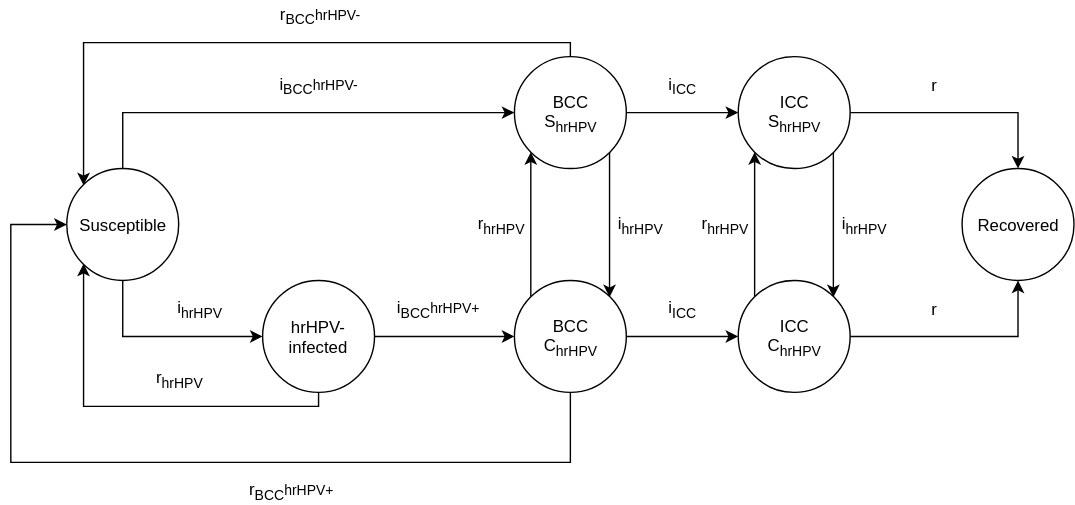
Earlier version of the draw.io export docs/source/gbd2017_models/causes/neoplasms/cervical_cancer/cervical_cancer_cause_model_diagram.svg (ihmeuw/vivarium_research). Source tidied: cells renumbered, new cells last; positions are measured from the earlier drawing's top-left corner, leaving out a move shared by most shapes.
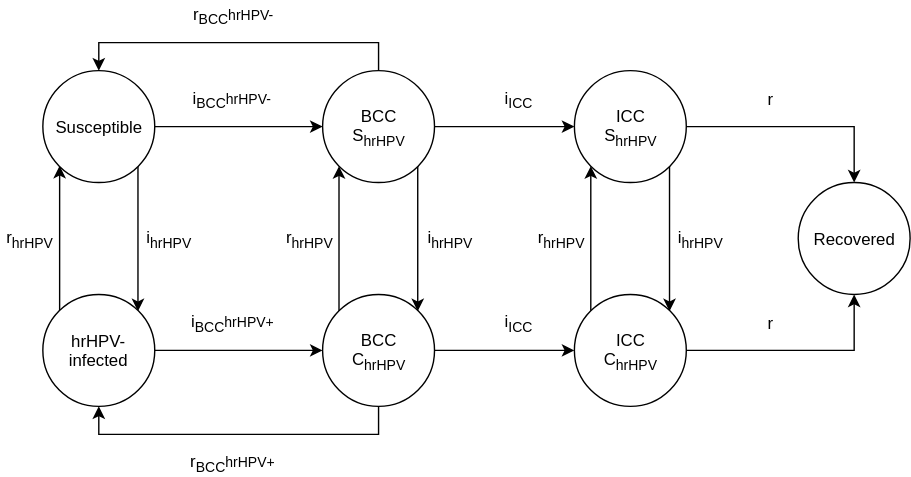
After the change.

Commit message:
reshape the cause model diagram

The edit, as a diff of the source:
```diff
@@ -8,22 +8,25 @@
     <mxCell id="3" style="edgeStyle=none;rounded=0;jettySize=auto;html=1;exitX=0;exitY=0;exitDx=0;exitDy=0;entryX=0;entryY=1;entryDx=0;entryDy=0;" parent="1" edge="1" source="4" target="11">
       <mxGeometry relative="1" as="geometry" />
     </mxCell>
+    <mxCell id="43" style="edgeStyle=orthogonalEdgeStyle;rounded=0;jettySize=auto;html=1;exitX=0.5;exitY=1;exitDx=0;exitDy=0;entryX=0.5;entryY=1;entryDx=0;entryDy=0;" parent="1" edge="1" source="4" target="23">
+      <mxGeometry relative="1" as="geometry">
+        <Array as="points">
+          <mxPoint x="380" y="300" />
+          <mxPoint x="180" y="300" />
+        </Array>
+      </mxGeometry>
+    </mxCell>
     <mxCell id="4" style="ellipse;whiteSpace=wrap;html=1;" parent="1" vertex="1">
-      <mxGeometry x="360" y="200" width="80" height="80" as="geometry" />
+      <mxGeometry x="340" y="200" width="80" height="80" as="geometry" />
     </mxCell>
-    <mxCell id="5" style="edgeStyle=orthogonalEdgeStyle;rounded=0;jettySize=auto;html=1;exitX=0.5;exitY=1;exitDx=0;exitDy=0;entryX=0;entryY=0.5;entryDx=0;entryDy=0;" parent="1" edge="1" source="7" target="23">
+    <mxCell id="5" style="edgeStyle=orthogonalEdgeStyle;rounded=0;jettySize=auto;html=1;exitX=1;exitY=1;exitDx=0;exitDy=0;entryX=1;entryY=0;entryDx=0;entryDy=0;" parent="1" edge="1" source="7" target="23">
       <mxGeometry relative="1" as="geometry" />
     </mxCell>
-    <mxCell id="6" style="edgeStyle=orthogonalEdgeStyle;rounded=0;jettySize=auto;html=1;exitX=0.5;exitY=0;exitDx=0;exitDy=0;entryX=0;entryY=0.5;entryDx=0;entryDy=0;" parent="1" edge="1" source="7" target="11">
-      <mxGeometry relative="1" as="geometry">
-        <Array as="points">
-          <mxPoint x="80" y="80" />
-          <mxPoint x="360" y="80" />
-        </Array>
-      </mxGeometry>
+    <mxCell id="6" style="edgeStyle=orthogonalEdgeStyle;rounded=0;jettySize=auto;html=1;exitX=1;exitY=0.5;exitDx=0;exitDy=0;entryX=0;entryY=0.5;entryDx=0;entryDy=0;" parent="1" edge="1" source="7" target="11">
+      <mxGeometry relative="1" as="geometry" />
     </mxCell>
     <mxCell id="7" style="ellipse;whiteSpace=wrap;html=1;" parent="1" vertex="1">
-      <mxGeometry x="40" y="120" width="80" height="80" as="geometry" />
+      <mxGeometry x="140" y="40" width="80" height="80" as="geometry" />
     </mxCell>
     <mxCell id="8" style="edgeStyle=orthogonalEdgeStyle;rounded=0;jettySize=auto;html=1;exitX=1;exitY=0.5;exitDx=0;exitDy=0;entryX=0;entryY=0.5;entryDx=0;entryDy=0;" parent="1" edge="1" source="11" target="14">
       <mxGeometry relative="1" as="geometry" />
@@ -31,16 +34,16 @@
     <mxCell id="9" style="edgeStyle=orthogonalEdgeStyle;rounded=0;jettySize=auto;html=1;exitX=1;exitY=1;exitDx=0;exitDy=0;entryX=1;entryY=0;entryDx=0;entryDy=0;" parent="1" edge="1" source="11" target="4">
       <mxGeometry relative="1" as="geometry" />
     </mxCell>
-    <mxCell id="10" style="edgeStyle=orthogonalEdgeStyle;rounded=0;jettySize=auto;html=1;exitX=0.5;exitY=0;exitDx=0;exitDy=0;entryX=0;entryY=0;entryDx=0;entryDy=0;" parent="1" edge="1" source="11" target="7">
+    <mxCell id="10" style="edgeStyle=orthogonalEdgeStyle;rounded=0;jettySize=auto;html=1;exitX=0.5;exitY=0;exitDx=0;exitDy=0;entryX=0.5;entryY=0;entryDx=0;entryDy=0;" parent="1" edge="1" source="11" target="7">
       <mxGeometry relative="1" as="geometry">
         <Array as="points">
-          <mxPoint x="400" y="30" />
-          <mxPoint x="52" y="30" />
+          <mxPoint x="380" y="20" />
+          <mxPoint x="180" y="20" />
         </Array>
       </mxGeometry>
     </mxCell>
     <mxCell id="11" style="ellipse;whiteSpace=wrap;html=1;" parent="1" vertex="1">
-      <mxGeometry x="360" y="40" width="80" height="80" as="geometry" />
+      <mxGeometry x="340" y="40" width="80" height="80" as="geometry" />
     </mxCell>
     <mxCell id="12" style="edgeStyle=orthogonalEdgeStyle;rounded=0;jettySize=auto;html=1;exitX=1;exitY=1;exitDx=0;exitDy=0;entryX=1;entryY=0;entryDx=0;entryDy=0;" parent="1" edge="1" source="14" target="30">
       <mxGeometry relative="1" as="geometry" />
@@ -52,10 +55,10 @@
       <mxGeometry x="520" y="40" width="80" height="80" as="geometry" />
     </mxCell>
     <mxCell id="15" value="Susceptible" style="text;html=1;strokeColor=none;fillColor=none;align=center;verticalAlign=middle;whiteSpace=wrap;rounded=0;" parent="1" vertex="1">
-      <mxGeometry x="50" y="150" width="60" height="20" as="geometry" />
+      <mxGeometry x="150" y="70" width="60" height="20" as="geometry" />
     </mxCell>
     <mxCell id="16" value="BCC C&lt;sub&gt;hrHPV&lt;/sub&gt;" style="text;html=1;strokeColor=none;fillColor=none;align=center;verticalAlign=middle;whiteSpace=wrap;rounded=0;" parent="1" vertex="1">
-      <mxGeometry x="380" y="230" width="40" height="20" as="geometry" />
+      <mxGeometry x="360" y="230" width="40" height="20" as="geometry" />
     </mxCell>
     <mxCell id="17" value="i&lt;sub&gt;&lt;font style=&quot;font-size: 10px&quot;&gt;ICC&lt;/font&gt;&lt;/sub&gt;" style="text;html=1;strokeColor=none;fillColor=none;align=center;verticalAlign=middle;whiteSpace=wrap;rounded=0;" parent="1" vertex="1">
       <mxGeometry x="460" y="50" width="40" height="20" as="geometry" />
@@ -69,37 +72,23 @@
     <mxCell id="20" style="edgeStyle=none;rounded=0;jettySize=auto;html=1;exitX=1;exitY=0.5;exitDx=0;exitDy=0;entryX=0;entryY=0.5;entryDx=0;entryDy=0;" parent="1" edge="1" source="23" target="4">
       <mxGeometry relative="1" as="geometry" />
     </mxCell>
-    <mxCell id="21" style="edgeStyle=orthogonalEdgeStyle;rounded=0;jettySize=auto;html=1;exitX=0.5;exitY=1;exitDx=0;exitDy=0;entryX=0;entryY=0.5;entryDx=0;entryDy=0;" parent="1" edge="1" source="4" target="7">
-      <mxGeometry relative="1" as="geometry">
-        <Array as="points">
-          <mxPoint x="400" y="330" />
-          <mxPoint y="330" />
-          <mxPoint y="160" />
-        </Array>
-      </mxGeometry>
-    </mxCell>
-    <mxCell id="22" style="edgeStyle=orthogonalEdgeStyle;rounded=0;jettySize=auto;html=1;exitX=0.5;exitY=1;exitDx=0;exitDy=0;entryX=0;entryY=1;entryDx=0;entryDy=0;" parent="1" edge="1" source="23" target="7">
-      <mxGeometry relative="1" as="geometry">
-        <Array as="points">
-          <mxPoint x="220" y="290" />
-          <mxPoint x="52" y="290" />
-        </Array>
-      </mxGeometry>
+    <mxCell id="22" style="edgeStyle=orthogonalEdgeStyle;rounded=0;jettySize=auto;html=1;exitX=0;exitY=0;exitDx=0;exitDy=0;entryX=0;entryY=1;entryDx=0;entryDy=0;" parent="1" edge="1" source="23" target="7">
+      <mxGeometry relative="1" as="geometry" />
     </mxCell>
     <mxCell id="23" style="ellipse;whiteSpace=wrap;html=1;" parent="1" vertex="1">
-      <mxGeometry x="180" y="200" width="80" height="80" as="geometry" />
+      <mxGeometry x="140" y="200" width="80" height="80" as="geometry" />
     </mxCell>
     <mxCell id="24" value="hrHPV-infected" style="text;html=1;strokeColor=none;fillColor=none;align=center;verticalAlign=middle;whiteSpace=wrap;rounded=0;" parent="1" vertex="1">
-      <mxGeometry x="190" y="230" width="60" height="20" as="geometry" />
+      <mxGeometry x="150" y="230" width="60" height="20" as="geometry" />
     </mxCell>
     <mxCell id="25" value="&lt;font&gt;&lt;font style=&quot;font-size: 12px&quot;&gt;i&lt;/font&gt;&lt;font&gt;&lt;sub&gt;&lt;font style=&quot;font-size: 10px&quot;&gt;BCC&lt;/font&gt;&lt;/sub&gt;&lt;span style=&quot;font-size: 10px&quot;&gt;hrHPV-&lt;/span&gt;&lt;/font&gt;&lt;/font&gt;" style="text;html=1;strokeColor=none;fillColor=none;align=center;verticalAlign=middle;whiteSpace=wrap;rounded=0;" parent="1" vertex="1">
-      <mxGeometry x="200" y="50" width="40" height="20" as="geometry" />
+      <mxGeometry x="255" y="50" width="40" height="20" as="geometry" />
     </mxCell>
     <mxCell id="26" value="i&lt;sub&gt;hrHPV&lt;/sub&gt;" style="text;html=1;strokeColor=none;fillColor=none;align=center;verticalAlign=middle;whiteSpace=wrap;rounded=0;" parent="1" vertex="1">
-      <mxGeometry x="115" y="210" width="40" height="20" as="geometry" />
+      <mxGeometry x="210" y="150" width="40" height="20" as="geometry" />
     </mxCell>
     <mxCell id="27" value="&lt;span style=&quot;font-size: 12px&quot;&gt;r&lt;/span&gt;&lt;sub&gt;hrHPV&lt;/sub&gt;" style="text;html=1;strokeColor=none;fillColor=none;align=center;verticalAlign=middle;whiteSpace=wrap;rounded=0;" parent="1" vertex="1">
-      <mxGeometry x="100" y="260" width="40" height="20" as="geometry" />
+      <mxGeometry x="110" y="150" width="40" height="20" as="geometry" />
     </mxCell>
     <mxCell id="28" style="edgeStyle=none;rounded=0;jettySize=auto;html=1;exitX=0;exitY=0;exitDx=0;exitDy=0;entryX=0;entryY=1;entryDx=0;entryDy=0;" parent="1" edge="1" source="30" target="14">
       <mxGeometry relative="1" as="geometry" />
@@ -111,7 +100,7 @@
       <mxGeometry x="520" y="200" width="80" height="80" as="geometry" />
     </mxCell>
     <mxCell id="31" value="BCC S&lt;sub&gt;hrHPV&lt;/sub&gt;" style="text;html=1;strokeColor=none;fillColor=none;align=center;verticalAlign=middle;whiteSpace=wrap;rounded=0;" parent="1" vertex="1">
-      <mxGeometry x="380" y="70" width="40" height="20" as="geometry" />
+      <mxGeometry x="360" y="70" width="40" height="20" as="geometry" />
     </mxCell>
     <mxCell id="32" value="ICC S&lt;sub&gt;hrHPV&lt;/sub&gt;" style="text;html=1;strokeColor=none;fillColor=none;align=center;verticalAlign=middle;whiteSpace=wrap;rounded=0;" parent="1" vertex="1">
       <mxGeometry x="540" y="70" width="40" height="20" as="geometry" />
@@ -126,10 +115,10 @@
       <mxGeometry x="460" y="210" width="40" height="20" as="geometry" />
     </mxCell>
     <mxCell id="36" value="i&lt;sub&gt;hrHPV&lt;/sub&gt;" style="text;html=1;strokeColor=none;fillColor=none;align=center;verticalAlign=middle;whiteSpace=wrap;rounded=0;" parent="1" vertex="1">
-      <mxGeometry x="430" y="150" width="40" height="20" as="geometry" />
+      <mxGeometry x="410.5" y="150" width="40" height="20" as="geometry" />
     </mxCell>
     <mxCell id="37" value="&lt;span style=&quot;font-size: 12px&quot;&gt;r&lt;/span&gt;&lt;sub&gt;hrHPV&lt;/sub&gt;" style="text;html=1;strokeColor=none;fillColor=none;align=center;verticalAlign=middle;whiteSpace=wrap;rounded=0;" parent="1" vertex="1">
-      <mxGeometry x="330" y="150" width="40" height="20" as="geometry" />
+      <mxGeometry x="310" y="150" width="40" height="20" as="geometry" />
     </mxCell>
     <mxCell id="38" value="&lt;span style=&quot;font-size: 12px&quot;&gt;r&lt;/span&gt;&lt;sub&gt;hrHPV&lt;/sub&gt;" style="text;html=1;strokeColor=none;fillColor=none;align=center;verticalAlign=middle;whiteSpace=wrap;rounded=0;" parent="1" vertex="1">
       <mxGeometry x="490" y="150" width="40" height="20" as="geometry" />
@@ -138,13 +127,13 @@
       <mxGeometry x="590" y="150" width="40" height="20" as="geometry" />
     </mxCell>
     <mxCell id="40" value="r&lt;sub&gt;BCC&lt;/sub&gt;&lt;font style=&quot;font-size: 10px&quot;&gt;hrHPV-&lt;/font&gt;" style="text;html=1;strokeColor=none;fillColor=none;align=center;verticalAlign=middle;whiteSpace=wrap;rounded=0;" parent="1" vertex="1">
-      <mxGeometry x="200" width="40" height="20" as="geometry" />
+      <mxGeometry x="255" y="-10" width="40" height="20" as="geometry" />
     </mxCell>
     <mxCell id="41" value="r&lt;sub&gt;BCC&lt;/sub&gt;&lt;font style=&quot;font-size: 10px&quot;&gt;hrHPV+&lt;/font&gt;" style="text;html=1;strokeColor=none;fillColor=none;align=center;verticalAlign=middle;whiteSpace=wrap;rounded=0;" parent="1" vertex="1">
-      <mxGeometry x="180" y="340" width="40" height="20" as="geometry" />
+      <mxGeometry x="255" y="310" width="40" height="20" as="geometry" />
     </mxCell>
     <mxCell id="42" value="&lt;font&gt;&lt;font style=&quot;font-size: 12px&quot;&gt;i&lt;/font&gt;&lt;font&gt;&lt;sub&gt;&lt;font style=&quot;font-size: 10px&quot;&gt;BCC&lt;/font&gt;&lt;/sub&gt;&lt;span style=&quot;font-size: 10px&quot;&gt;hrHPV+&lt;/span&gt;&lt;/font&gt;&lt;/font&gt;" style="text;html=1;strokeColor=none;fillColor=none;align=center;verticalAlign=middle;whiteSpace=wrap;rounded=0;" parent="1" vertex="1">
-      <mxGeometry x="285" y="210" width="40" height="20" as="geometry" />
+      <mxGeometry x="255" y="210" width="40" height="20" as="geometry" />
     </mxCell>
   </root>
 </mxGraphModel>
```
